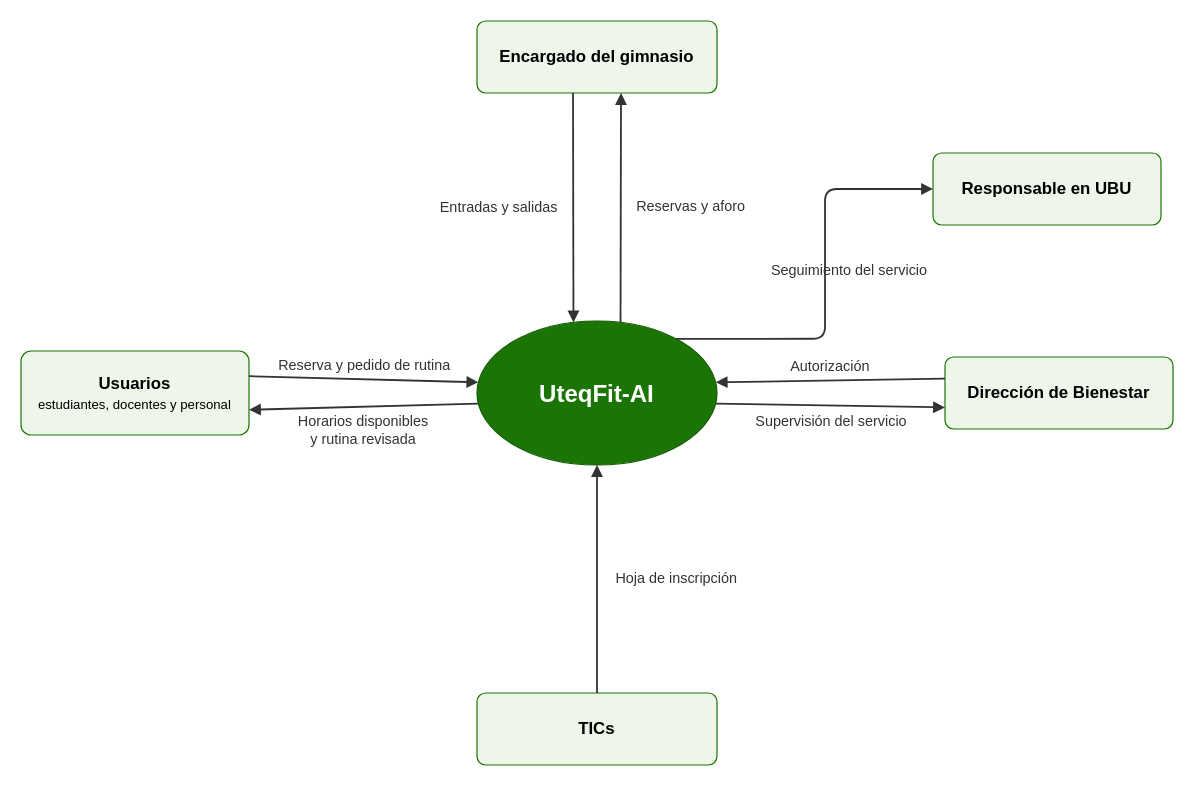
AlanAldasZam/UteqFit-AI keeps this draw.io diagram as PFC/E1/modelos/diagrama_contexto.drawio. Above is the earlier version. Source tidied: cells renumbered, new cells numbered last; positions are measured from the earlier drawing's top-left corner, leaving out a move shared by most shapes. Both pictures are drawn from the tidied source at 120%, with x=0, y=0 at pixel (20, 20).
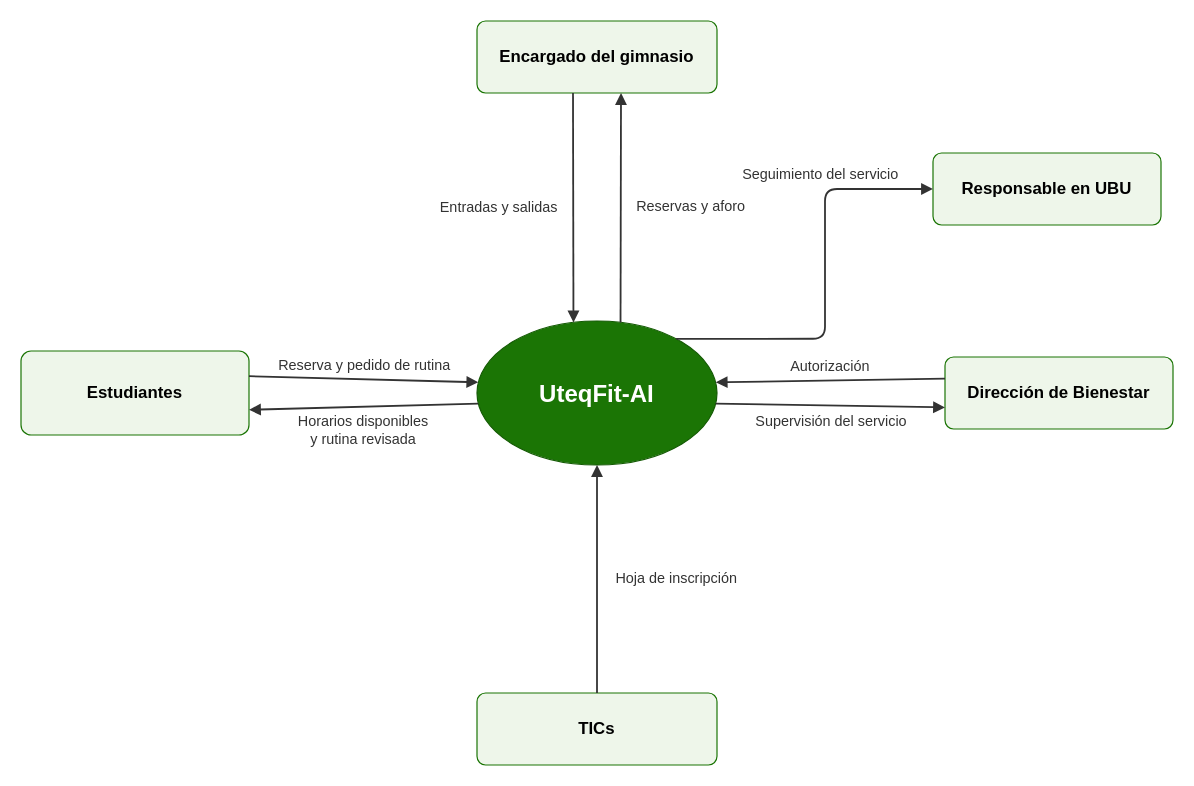
Above is the later version.

Commit message (it also covers changes not shown here):
Agrega contexto

Unchanged cells that the change refers to:
```xml
<mxCell id="2" value="&lt;b&gt;UteqFit-AI&lt;/b&gt;" style="ellipse;whiteSpace=wrap;html=1;fillColor=#1b7505;strokeColor=#145a04;fontColor=#ffffff;fontSize=20;fontFamily=Helvetica;" parent="1" vertex="1">
  <mxGeometry x="380" y="250" width="200" height="120" as="geometry" />
</mxCell>
<mxCell id="5" value="&lt;b&gt;Responsable en UBU&lt;/b&gt;" style="rounded=1;arcSize=12;whiteSpace=wrap;html=1;fillColor=#eef6ea;strokeColor=#1b7505;fontSize=14;fontFamily=Helvetica;" parent="1" vertex="1">
  <mxGeometry x="760" y="110" width="190" height="60" as="geometry" />
</mxCell>
```

Diff of the diagram source:
```diff
@@
-    <mxCell id="3" value="&lt;b&gt;Usuarios&lt;/b&gt;&lt;br&gt;&lt;span style=&quot;font-size:11px&quot;&gt;estudiantes, docentes y personal&lt;/span&gt;" style="rounded=1;arcSize=12;whiteSpace=wrap;html=1;fillColor=#eef6ea;strokeColor=#1b7505;fontSize=14;fontFamily=Helvetica;" parent="1" vertex="1">
+    <mxCell id="3" value="&lt;b&gt;Estudiantes&lt;/b&gt;" style="rounded=1;arcSize=12;whiteSpace=wrap;html=1;fillColor=#eef6ea;strokeColor=#1b7505;fontSize=14;fontFamily=Helvetica;" parent="1" vertex="1">
       <mxGeometry y="275" width="190" height="70" as="geometry" />
     </mxCell>
@@
     <mxCell id="12" value="Seguimiento del servicio" style="endArrow=block;endFill=1;html=1;strokeWidth=1.5;strokeColor=#333333;fontSize=12;fontColor=#333333;labelBackgroundColor=none;edgeStyle=orthogonalEdgeStyle;rounded=1;exitX=0.85;exitY=0.1;exitDx=0;exitDy=0;entryX=0;entryY=0.5;entryDx=0;entryDy=0;" parent="1" edge="1" source="2" target="5">
-      <mxGeometry relative="1" as="geometry">
-        <mxPoint x="20" y="-12" as="offset" />
+      <mxGeometry x="0.62" relative="1" as="geometry">
+        <mxPoint x="-30" y="-12" as="offset" />
       </mxGeometry>
     </mxCell>
```
